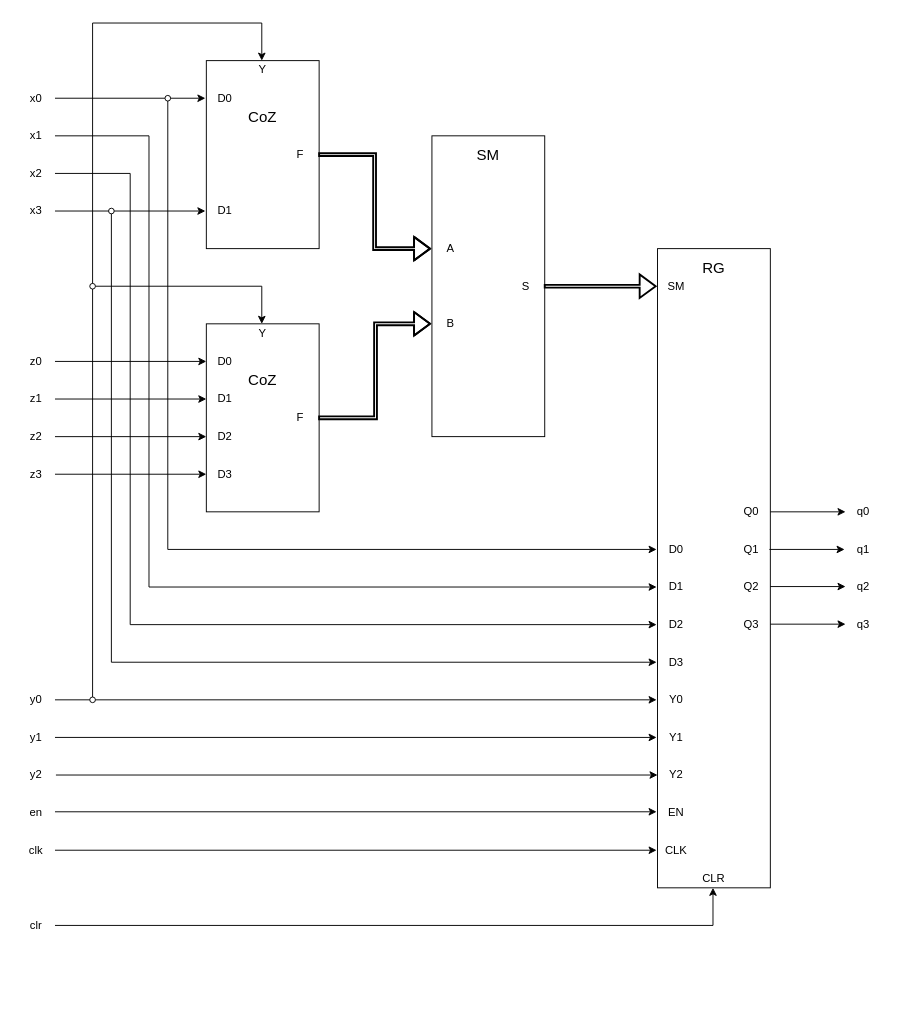
Before: scheme.drawio in Hypex146/FLMnDA-Lab, a draw.io diagram. Source tidied: cells renumbered, new cells numbered last; positions are measured from the earlier drawing's top-left corner, leaving out a move shared by most shapes. Both pictures are drawn from the tidied source at 94%, with x=0, y=0 at pixel (17, 23).
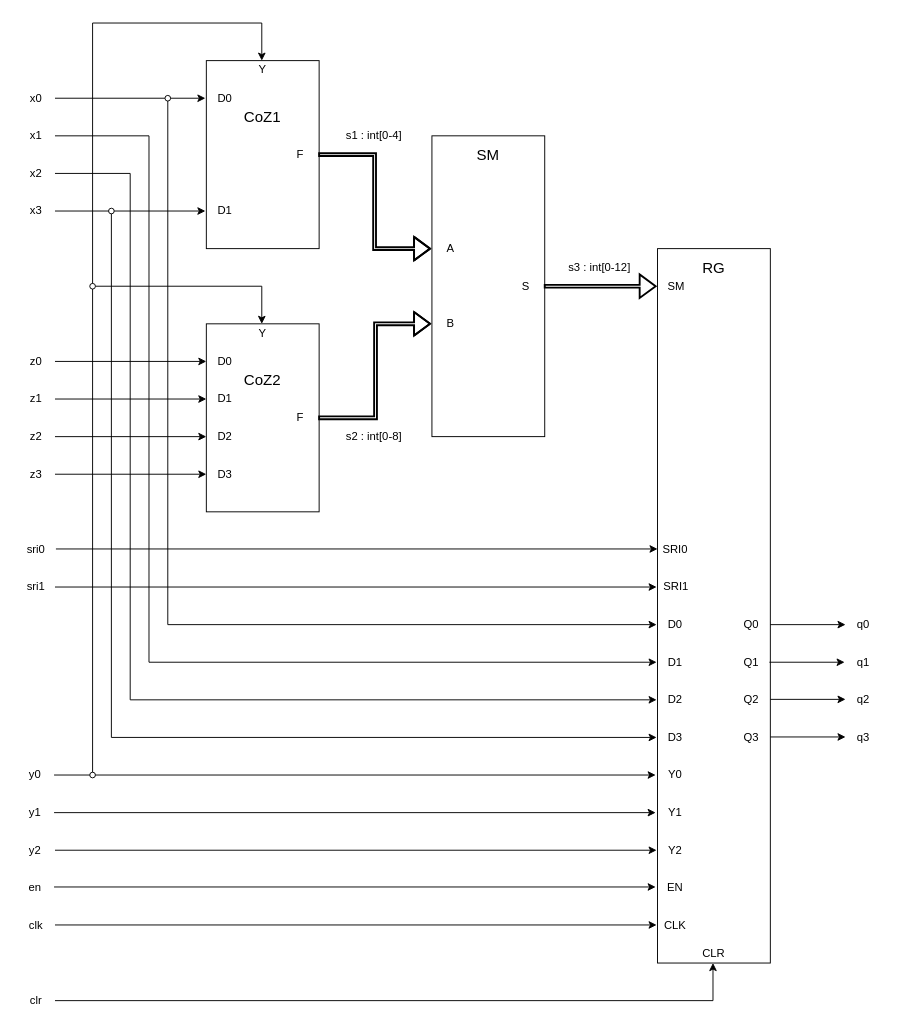
The same diagram, later.

What changed in the source:
```diff
@@
     <mxCell id="5" style="rounded=0;whiteSpace=wrap;html=1;" parent="1" vertex="1">
-      <mxGeometry x="681" y="240" width="120" height="680" as="geometry" />
+      <mxGeometry x="681" y="240" width="120" height="760" as="geometry" />
     </mxCell>
     <mxCell id="6" style="endArrow=classic;html=1;rounded=0;" parent="1" edge="1">
       <mxGeometry relative="1" as="geometry">
         <mxPoint x="40" y="120" as="sourcePoint" />
-        <mxPoint x="680" y="600" as="targetPoint" />
+        <mxPoint x="680" y="680" as="targetPoint" />
         <Array as="points">
           <mxPoint x="140" y="120" />
-          <mxPoint x="140" y="600" />
+          <mxPoint x="140" y="680" />
         </Array>
       </mxGeometry>
     </mxCell>
     <mxCell id="7" style="endArrow=classic;html=1;rounded=0;" parent="1" edge="1">
       <mxGeometry relative="1" as="geometry">
         <mxPoint x="40" y="160" as="sourcePoint" />
-        <mxPoint x="680" y="640" as="targetPoint" />
+        <mxPoint x="680" y="720" as="targetPoint" />
         <Array as="points">
           <mxPoint x="120" y="160" />
-          <mxPoint x="120" y="640" />
+          <mxPoint x="120" y="720" />
         </Array>
       </mxGeometry>
     </mxCell>
@@
     <mxCell id="15" style="endArrow=classic;html=1;rounded=0;" parent="1" edge="1">
       <mxGeometry relative="1" as="geometry">
         <mxPoint x="40" y="80" as="sourcePoint" />
-        <mxPoint x="680" y="560" as="targetPoint" />
+        <mxPoint x="680" y="640" as="targetPoint" />
         <Array as="points">
           <mxPoint x="160" y="80" />
-          <mxPoint x="160" y="560" />
+          <mxPoint x="160" y="640" />
         </Array>
       </mxGeometry>
     </mxCell>
     <mxCell id="16" style="endArrow=classic;html=1;rounded=0;" parent="1" edge="1">
       <mxGeometry relative="1" as="geometry">
         <mxPoint x="40" y="200" as="sourcePoint" />
-        <mxPoint x="680" y="680" as="targetPoint" />
+        <mxPoint x="680" y="760" as="targetPoint" />
         <Array as="points">
           <mxPoint x="100" y="200" />
-          <mxPoint x="100" y="680" />
+          <mxPoint x="100" y="760" />
         </Array>
       </mxGeometry>
     </mxCell>
@@
     <mxCell id="19" style="endArrow=classic;html=1;rounded=0;" parent="1" edge="1">
       <mxGeometry relative="1" as="geometry">
-        <mxPoint x="40" y="720" as="sourcePoint" />
-        <mxPoint x="680" y="720" as="targetPoint" />
+        <mxPoint x="39" y="800" as="sourcePoint" />
+        <mxPoint x="679" y="800" as="targetPoint" />
       </mxGeometry>
     </mxCell>
     <mxCell id="20" style="endArrow=classic;html=1;rounded=0;" parent="1" edge="1">
       <mxGeometry relative="1" as="geometry">
-        <mxPoint x="40" y="839.1" as="sourcePoint" />
-        <mxPoint x="680" y="839.1" as="targetPoint" />
+        <mxPoint x="39" y="919.1" as="sourcePoint" />
+        <mxPoint x="679" y="919.1" as="targetPoint" />
       </mxGeometry>
     </mxCell>
     <mxCell id="21" style="endArrow=classic;html=1;rounded=0;" parent="1" edge="1">
       <mxGeometry relative="1" as="geometry">
-        <mxPoint x="41" y="800" as="sourcePoint" />
-        <mxPoint x="681" y="800" as="targetPoint" />
+        <mxPoint x="40" y="880" as="sourcePoint" />
+        <mxPoint x="680" y="880" as="targetPoint" />
       </mxGeometry>
     </mxCell>
     <mxCell id="22" style="endArrow=classic;html=1;rounded=0;" parent="1" edge="1">
       <mxGeometry relative="1" as="geometry">
-        <mxPoint x="40" y="760" as="sourcePoint" />
-        <mxPoint x="680" y="760" as="targetPoint" />
+        <mxPoint x="39" y="840" as="sourcePoint" />
+        <mxPoint x="679" y="840" as="targetPoint" />
       </mxGeometry>
     </mxCell>
     <mxCell id="23" style="endArrow=classic;html=1;rounded=0;" parent="1" edge="1">
       <mxGeometry relative="1" as="geometry">
-        <mxPoint x="40" y="960" as="sourcePoint" />
-        <mxPoint x="740" y="920" as="targetPoint" />
+        <mxPoint x="40" y="1040" as="sourcePoint" />
+        <mxPoint x="740" y="1000" as="targetPoint" />
         <Array as="points">
-          <mxPoint x="740" y="960" />
+          <mxPoint x="740" y="1040" />
         </Array>
       </mxGeometry>
     </mxCell>
     <mxCell id="24" style="endArrow=classic;html=1;rounded=0;" parent="1" edge="1">
       <mxGeometry relative="1" as="geometry">
-        <mxPoint x="40" y="880" as="sourcePoint" />
-        <mxPoint x="680" y="880" as="targetPoint" />
+        <mxPoint x="40" y="959.5" as="sourcePoint" />
+        <mxPoint x="680" y="959.5" as="targetPoint" />
       </mxGeometry>
     </mxCell>
     <mxCell id="25" style="endArrow=classic;html=1;rounded=0;" parent="1" edge="1">
       <mxGeometry relative="1" as="geometry">
-        <mxPoint x="80" y="720" as="sourcePoint" />
+        <mxPoint x="80" y="800" as="sourcePoint" />
         <mxPoint x="260" y="320" as="targetPoint" />
         <Array as="points">
           <mxPoint x="80" y="280" />
           <mxPoint x="260" y="280" />
         </Array>
       </mxGeometry>
     </mxCell>
@@
     <mxCell id="35" value="y0" style="text;html=1;strokeColor=none;fillColor=none;align=center;verticalAlign=middle;whiteSpace=wrap;rounded=0;" parent="1" vertex="1">
-      <mxGeometry y="710" width="40" height="20" as="geometry" />
+      <mxGeometry x="-1" y="790" width="40" height="20" as="geometry" />
     </mxCell>
     <mxCell id="36" value="y1" style="text;html=1;strokeColor=none;fillColor=none;align=center;verticalAlign=middle;whiteSpace=wrap;rounded=0;" parent="1" vertex="1">
-      <mxGeometry y="750" width="40" height="20" as="geometry" />
+      <mxGeometry x="-1" y="830" width="40" height="20" as="geometry" />
     </mxCell>
     <mxCell id="37" value="y2" style="text;html=1;strokeColor=none;fillColor=none;align=center;verticalAlign=middle;whiteSpace=wrap;rounded=0;" parent="1" vertex="1">
-      <mxGeometry y="790" width="40" height="20" as="geometry" />
+      <mxGeometry x="-1" y="870" width="40" height="20" as="geometry" />
     </mxCell>
     <mxCell id="38" value="en" style="text;html=1;strokeColor=none;fillColor=none;align=center;verticalAlign=middle;whiteSpace=wrap;rounded=0;" parent="1" vertex="1">
-      <mxGeometry y="830" width="40" height="20" as="geometry" />
+      <mxGeometry x="-1" y="910" width="40" height="20" as="geometry" />
     </mxCell>
     <mxCell id="39" value="clk" style="text;html=1;strokeColor=none;fillColor=none;align=center;verticalAlign=middle;whiteSpace=wrap;rounded=0;" parent="1" vertex="1">
-      <mxGeometry y="870" width="40" height="20" as="geometry" />
+      <mxGeometry y="950" width="40" height="20" as="geometry" />
     </mxCell>
     <mxCell id="40" value="clr" style="text;html=1;strokeColor=none;fillColor=none;align=center;verticalAlign=middle;whiteSpace=wrap;rounded=0;" parent="1" vertex="1">
-      <mxGeometry y="950" width="40" height="20" as="geometry" />
+      <mxGeometry y="1030" width="40" height="20" as="geometry" />
     </mxCell>
-    <mxCell id="41" value="CoZ" style="text;html=1;strokeColor=none;fillColor=none;align=center;verticalAlign=middle;whiteSpace=wrap;rounded=0;fontSize=16;" parent="1" vertex="1">
+    <mxCell id="41" value="CoZ1" style="text;html=1;strokeColor=none;fillColor=none;align=center;verticalAlign=middle;whiteSpace=wrap;rounded=0;fontSize=16;" parent="1" vertex="1">
       <mxGeometry x="241" y="80" width="40" height="40" as="geometry" />
     </mxCell>
-    <mxCell id="42" value="CoZ" style="text;html=1;strokeColor=none;fillColor=none;align=center;verticalAlign=middle;whiteSpace=wrap;rounded=0;fontSize=16;" parent="1" vertex="1">
+    <mxCell id="42" value="CoZ2" style="text;html=1;strokeColor=none;fillColor=none;align=center;verticalAlign=middle;whiteSpace=wrap;rounded=0;fontSize=16;" parent="1" vertex="1">
       <mxGeometry x="241" y="360" width="40" height="40" as="geometry" />
     </mxCell>
@@
     <mxCell id="56" value="D0" style="text;html=1;strokeColor=none;fillColor=none;align=center;verticalAlign=middle;whiteSpace=wrap;rounded=0;" parent="1" vertex="1">
-      <mxGeometry x="681" y="550" width="40" height="20" as="geometry" />
+      <mxGeometry x="680" y="630" width="40" height="20" as="geometry" />
     </mxCell>
     <mxCell id="57" value="D1" style="text;html=1;strokeColor=none;fillColor=none;align=center;verticalAlign=middle;whiteSpace=wrap;rounded=0;" parent="1" vertex="1">
-      <mxGeometry x="681" y="590" width="40" height="20" as="geometry" />
+      <mxGeometry x="680" y="670" width="40" height="20" as="geometry" />
     </mxCell>
     <mxCell id="58" value="D2" style="text;html=1;strokeColor=none;fillColor=none;align=center;verticalAlign=middle;whiteSpace=wrap;rounded=0;" parent="1" vertex="1">
-      <mxGeometry x="681" y="630" width="40" height="20" as="geometry" />
+      <mxGeometry x="680" y="710" width="40" height="20" as="geometry" />
     </mxCell>
     <mxCell id="59" value="D3" style="text;html=1;strokeColor=none;fillColor=none;align=center;verticalAlign=middle;whiteSpace=wrap;rounded=0;" parent="1" vertex="1">
-      <mxGeometry x="681" y="670" width="40" height="20" as="geometry" />
+      <mxGeometry x="680" y="750" width="40" height="20" as="geometry" />
     </mxCell>
     <mxCell id="60" value="Y0" style="text;html=1;strokeColor=none;fillColor=none;align=center;verticalAlign=middle;whiteSpace=wrap;rounded=0;" parent="1" vertex="1">
-      <mxGeometry x="681" y="710" width="40" height="20" as="geometry" />
+      <mxGeometry x="680" y="790" width="40" height="20" as="geometry" />
     </mxCell>
     <mxCell id="61" value="Y1" style="text;html=1;strokeColor=none;fillColor=none;align=center;verticalAlign=middle;whiteSpace=wrap;rounded=0;" parent="1" vertex="1">
-      <mxGeometry x="681" y="750" width="40" height="20" as="geometry" />
+      <mxGeometry x="680" y="830" width="40" height="20" as="geometry" />
     </mxCell>
     <mxCell id="62" value="Y2" style="text;html=1;strokeColor=none;fillColor=none;align=center;verticalAlign=middle;whiteSpace=wrap;rounded=0;" parent="1" vertex="1">
-      <mxGeometry x="681" y="790" width="40" height="20" as="geometry" />
+      <mxGeometry x="680" y="870" width="40" height="20" as="geometry" />
     </mxCell>
     <mxCell id="63" value="EN" style="text;html=1;strokeColor=none;fillColor=none;align=center;verticalAlign=middle;whiteSpace=wrap;rounded=0;" parent="1" vertex="1">
-      <mxGeometry x="681" y="830" width="40" height="20" as="geometry" />
+      <mxGeometry x="680" y="910" width="40" height="20" as="geometry" />
     </mxCell>
     <mxCell id="64" value="CLK" style="text;html=1;strokeColor=none;fillColor=none;align=center;verticalAlign=middle;whiteSpace=wrap;rounded=0;" parent="1" vertex="1">
-      <mxGeometry x="681" y="870" width="40" height="20" as="geometry" />
+      <mxGeometry x="680" y="950" width="40" height="20" as="geometry" />
     </mxCell>
     <mxCell id="65" value="CLR" style="text;html=1;strokeColor=none;fillColor=none;align=center;verticalAlign=middle;whiteSpace=wrap;rounded=0;" parent="1" vertex="1">
-      <mxGeometry x="721" y="900" width="40" height="20" as="geometry" />
+      <mxGeometry x="721" y="980" width="40" height="20" as="geometry" />
     </mxCell>
@@
     <mxCell id="69" style="endArrow=classic;html=1;rounded=0;" parent="1" edge="1">
       <mxGeometry relative="1" as="geometry">
-        <mxPoint x="800" y="560" as="sourcePoint" />
-        <mxPoint x="880" y="560" as="targetPoint" />
+        <mxPoint x="800" y="680" as="sourcePoint" />
+        <mxPoint x="880" y="680" as="targetPoint" />
       </mxGeometry>
     </mxCell>
     <mxCell id="70" style="endArrow=classic;html=1;rounded=0;" parent="1" edge="1">
       <mxGeometry relative="1" as="geometry">
-        <mxPoint x="801" y="599.5" as="sourcePoint" />
-        <mxPoint x="881" y="599.5" as="targetPoint" />
+        <mxPoint x="801" y="719.5" as="sourcePoint" />
+        <mxPoint x="881" y="719.5" as="targetPoint" />
       </mxGeometry>
     </mxCell>
     <mxCell id="71" style="endArrow=classic;html=1;rounded=0;" parent="1" edge="1">
       <mxGeometry relative="1" as="geometry">
-        <mxPoint x="801" y="639.5" as="sourcePoint" />
-        <mxPoint x="881" y="639.5" as="targetPoint" />
+        <mxPoint x="801" y="759.5" as="sourcePoint" />
+        <mxPoint x="881" y="759.5" as="targetPoint" />
       </mxGeometry>
     </mxCell>
     <mxCell id="72" style="endArrow=classic;html=1;rounded=0;" parent="1" edge="1">
       <mxGeometry relative="1" as="geometry">
-        <mxPoint x="801" y="520" as="sourcePoint" />
-        <mxPoint x="881" y="520" as="targetPoint" />
+        <mxPoint x="801" y="640" as="sourcePoint" />
+        <mxPoint x="881" y="640" as="targetPoint" />
       </mxGeometry>
     </mxCell>
     <mxCell id="73" value="Q0" style="text;html=1;strokeColor=none;fillColor=none;align=center;verticalAlign=middle;whiteSpace=wrap;rounded=0;" parent="1" vertex="1">
-      <mxGeometry x="761" y="510" width="40" height="20" as="geometry" />
+      <mxGeometry x="761" y="630" width="40" height="20" as="geometry" />
     </mxCell>
     <mxCell id="74" value="Q1" style="text;html=1;strokeColor=none;fillColor=none;align=center;verticalAlign=middle;whiteSpace=wrap;rounded=0;" parent="1" vertex="1">
-      <mxGeometry x="761" y="550" width="40" height="20" as="geometry" />
+      <mxGeometry x="761" y="670" width="40" height="20" as="geometry" />
     </mxCell>
     <mxCell id="75" value="Q2" style="text;html=1;strokeColor=none;fillColor=none;align=center;verticalAlign=middle;whiteSpace=wrap;rounded=0;" parent="1" vertex="1">
-      <mxGeometry x="761" y="590" width="40" height="20" as="geometry" />
+      <mxGeometry x="761" y="710" width="40" height="20" as="geometry" />
     </mxCell>
     <mxCell id="76" value="Q3" style="text;html=1;strokeColor=none;fillColor=none;align=center;verticalAlign=middle;whiteSpace=wrap;rounded=0;" parent="1" vertex="1">
-      <mxGeometry x="761" y="630" width="40" height="20" as="geometry" />
+      <mxGeometry x="761" y="750" width="40" height="20" as="geometry" />
     </mxCell>
     <mxCell id="77" value="q0" style="text;html=1;strokeColor=none;fillColor=none;align=center;verticalAlign=middle;whiteSpace=wrap;rounded=0;" parent="1" vertex="1">
-      <mxGeometry x="880" y="510" width="40" height="20" as="geometry" />
+      <mxGeometry x="880" y="630" width="40" height="20" as="geometry" />
     </mxCell>
     <mxCell id="78" value="q1" style="text;html=1;strokeColor=none;fillColor=none;align=center;verticalAlign=middle;whiteSpace=wrap;rounded=0;" parent="1" vertex="1">
-      <mxGeometry x="880" y="550" width="40" height="20" as="geometry" />
+      <mxGeometry x="880" y="670" width="40" height="20" as="geometry" />
     </mxCell>
     <mxCell id="79" value="q2" style="text;html=1;strokeColor=none;fillColor=none;align=center;verticalAlign=middle;whiteSpace=wrap;rounded=0;" parent="1" vertex="1">
-      <mxGeometry x="880" y="590" width="40" height="20" as="geometry" />
+      <mxGeometry x="880" y="710" width="40" height="20" as="geometry" />
     </mxCell>
     <mxCell id="80" value="q3" style="text;html=1;strokeColor=none;fillColor=none;align=center;verticalAlign=middle;whiteSpace=wrap;rounded=0;" parent="1" vertex="1">
-      <mxGeometry x="880" y="630" width="40" height="20" as="geometry" />
+      <mxGeometry x="880" y="750" width="40" height="20" as="geometry" />
     </mxCell>
@@
     <mxCell id="84" style="ellipse;whiteSpace=wrap;html=1;fillStyle=auto;gradientColor=none;fillColor=#FFFFFF;" parent="1" vertex="1">
-      <mxGeometry x="77" y="717" width="6" height="6" as="geometry" />
+      <mxGeometry x="77" y="797" width="6" height="6" as="geometry" />
     </mxCell>
+    <mxCell id="85" style="endArrow=classic;html=1;rounded=0;" parent="1" edge="1">
+      <mxGeometry relative="1" as="geometry">
+        <mxPoint x="40" y="600" as="sourcePoint" />
+        <mxPoint x="680" y="600" as="targetPoint" />
+      </mxGeometry>
+    </mxCell>
+    <mxCell id="86" value="SRI1" style="text;html=1;strokeColor=none;fillColor=none;align=center;verticalAlign=middle;whiteSpace=wrap;rounded=0;" parent="1" vertex="1">
+      <mxGeometry x="681" y="590" width="40" height="20" as="geometry" />
+    </mxCell>
+    <mxCell id="87" value="SRI0" style="text;html=1;strokeColor=none;fillColor=none;align=center;verticalAlign=middle;whiteSpace=wrap;rounded=0;" parent="1" vertex="1">
+      <mxGeometry x="680" y="550" width="40" height="20" as="geometry" />
+    </mxCell>
+    <mxCell id="88" style="endArrow=classic;html=1;rounded=0;" parent="1" edge="1">
+      <mxGeometry relative="1" as="geometry">
+        <mxPoint x="41" y="559.5" as="sourcePoint" />
+        <mxPoint x="681" y="559.5" as="targetPoint" />
+      </mxGeometry>
+    </mxCell>
+    <mxCell id="89" value="sri0" style="text;html=1;strokeColor=none;fillColor=none;align=center;verticalAlign=middle;whiteSpace=wrap;rounded=0;" parent="1" vertex="1">
+      <mxGeometry y="550" width="40" height="20" as="geometry" />
+    </mxCell>
+    <mxCell id="90" value="sri1" style="text;html=1;strokeColor=none;fillColor=none;align=center;verticalAlign=middle;whiteSpace=wrap;rounded=0;" parent="1" vertex="1">
+      <mxGeometry y="590" width="40" height="20" as="geometry" />
+    </mxCell>
+    <mxCell id="91" value="s1 : int[0-4]" style="text;html=1;strokeColor=none;fillColor=none;align=center;verticalAlign=middle;whiteSpace=wrap;rounded=0;" parent="1" vertex="1">
+      <mxGeometry x="340" y="110" width="79" height="20" as="geometry" />
+    </mxCell>
+    <mxCell id="92" value="s2 : int[0-8]" style="text;html=1;strokeColor=none;fillColor=none;align=center;verticalAlign=middle;whiteSpace=wrap;rounded=0;" parent="1" vertex="1">
+      <mxGeometry x="340" y="430" width="79" height="20" as="geometry" />
+    </mxCell>
+    <mxCell id="93" value="s3 : int[0-12]" style="text;html=1;strokeColor=none;fillColor=none;align=center;verticalAlign=middle;whiteSpace=wrap;rounded=0;" parent="1" vertex="1">
+      <mxGeometry x="580" y="250" width="79" height="20" as="geometry" />
+    </mxCell>
```
